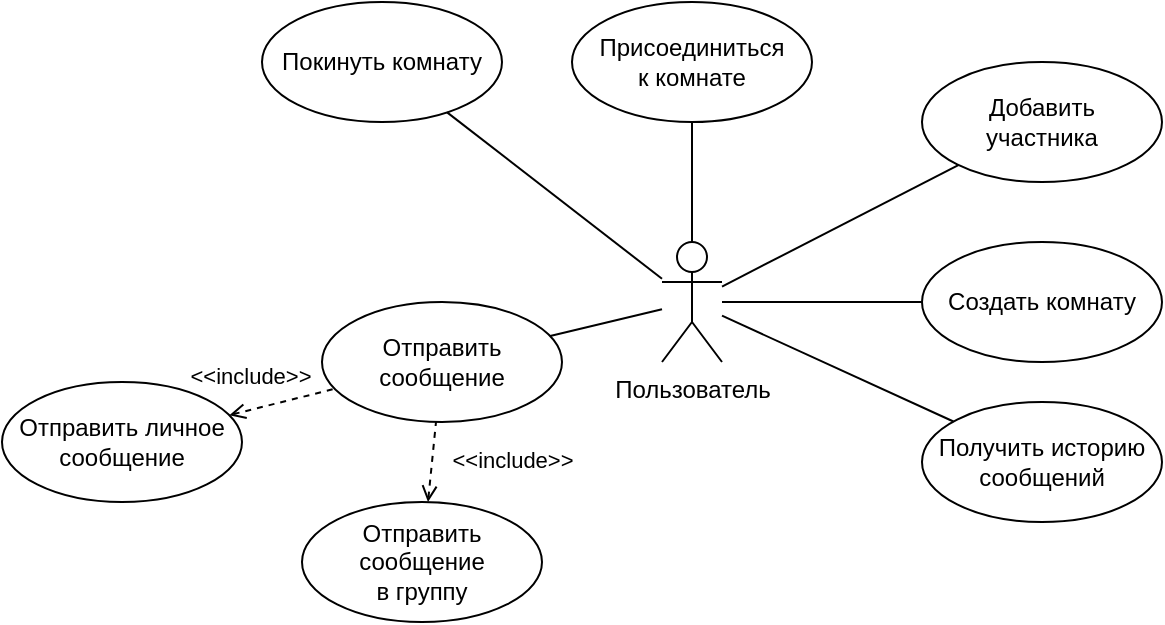
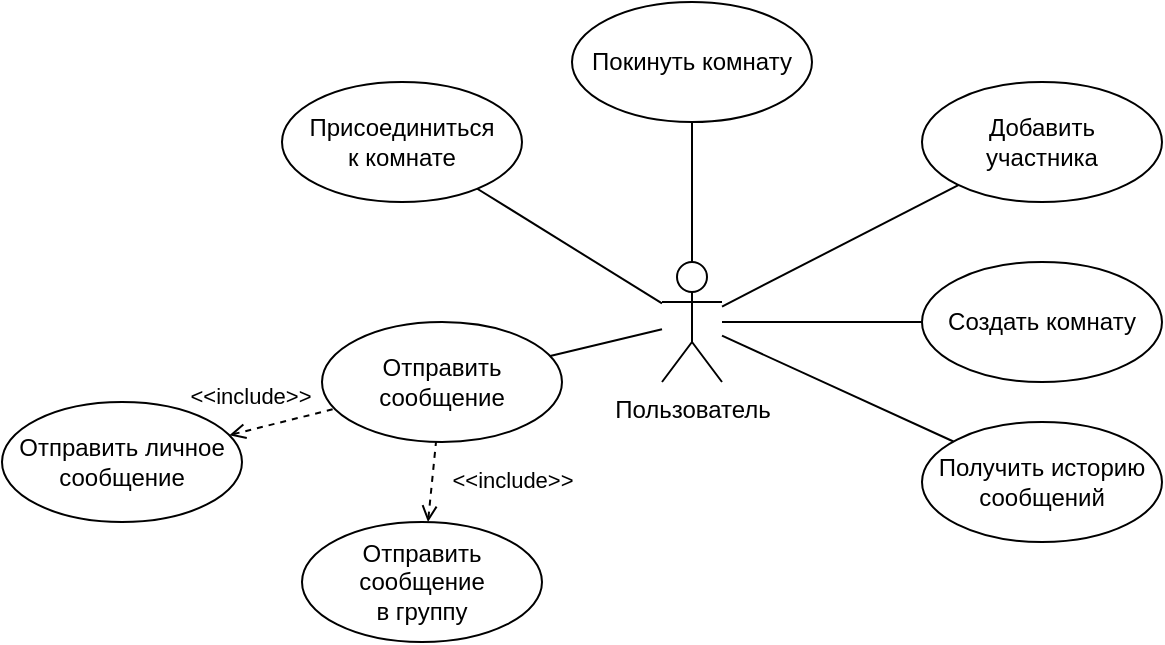
<mxfile host="app.diagrams.net">
  <diagram name="Страница-1" id="2Qnu2ySohuw-aVqPhbOu">
    <mxGraphModel dx="1025" dy="717" grid="1" gridSize="10" guides="1" tooltips="1" connect="1" arrows="1" fold="1" page="1" pageScale="1" pageWidth="827" pageHeight="1169" math="0" shadow="0">
      <root>
        <mxCell id="0" />
        <mxCell id="1" parent="0" />
        <mxCell id="dnepGlAc-zteVL8J6fsW-1" parent="1" style="shape=umlActor;verticalLabelPosition=bottom;verticalAlign=top;html=1;outlineConnect=0;" value="Пользователь" vertex="1">
          <mxGeometry height="60" width="30" x="360" y="180" as="geometry" />
        </mxCell>
        <mxCell id="WmDxRAO_hUI6_f6eKx6H-7" parent="1" style="ellipse;whiteSpace=wrap;html=1;" value="Создать комнату" vertex="1">
          <mxGeometry height="60" width="120" x="490" y="180" as="geometry" />
        </mxCell>
        <mxCell id="WmDxRAO_hUI6_f6eKx6H-8" parent="1" style="ellipse;whiteSpace=wrap;html=1;" value="Отправить сообщение" vertex="1">
          <mxGeometry height="60" width="120" x="190" y="210" as="geometry" />
        </mxCell>
        <mxCell id="WmDxRAO_hUI6_f6eKx6H-9" parent="1" style="ellipse;whiteSpace=wrap;html=1;" value="Получить историю сообщений" vertex="1">
          <mxGeometry height="60" width="120" x="490" y="260" as="geometry" />
        </mxCell>
        <mxCell id="WmDxRAO_hUI6_f6eKx6H-10" parent="1" style="ellipse;whiteSpace=wrap;html=1;" value="Присоединиться&lt;div&gt;к комнате&lt;/div&gt;" vertex="1">
-           <mxGeometry height="60" width="120" x="315" y="60" as="geometry" />
+           <mxGeometry height="60" width="120" x="170" y="90" as="geometry" />
        </mxCell>
        <mxCell id="WmDxRAO_hUI6_f6eKx6H-11" parent="1" style="ellipse;whiteSpace=wrap;html=1;" value="Покинуть комнату" vertex="1">
-           <mxGeometry height="60" width="120" x="160" y="60" as="geometry" />
+           <mxGeometry height="60" width="120" x="315" y="50" as="geometry" />
        </mxCell>
        <mxCell id="WmDxRAO_hUI6_f6eKx6H-12" edge="1" parent="1" source="dnepGlAc-zteVL8J6fsW-1" style="endArrow=none;html=1;rounded=0;" target="WmDxRAO_hUI6_f6eKx6H-18" value="">
          <mxGeometry height="50" relative="1" width="50" as="geometry">
            <mxPoint x="490" y="300" as="sourcePoint" />
            <mxPoint x="502.1995898384996" y="151.9163935918341" as="targetPoint" />
          </mxGeometry>
        </mxCell>
        <mxCell id="WmDxRAO_hUI6_f6eKx6H-13" edge="1" parent="1" source="dnepGlAc-zteVL8J6fsW-1" style="endArrow=none;html=1;rounded=0;" target="WmDxRAO_hUI6_f6eKx6H-9" value="">
          <mxGeometry height="50" relative="1" width="50" as="geometry">
            <mxPoint x="490" y="300" as="sourcePoint" />
            <mxPoint x="540" y="250" as="targetPoint" />
          </mxGeometry>
        </mxCell>
        <mxCell id="WmDxRAO_hUI6_f6eKx6H-14" edge="1" parent="1" source="dnepGlAc-zteVL8J6fsW-1" style="endArrow=none;html=1;rounded=0;" target="WmDxRAO_hUI6_f6eKx6H-11" value="">
          <mxGeometry height="50" relative="1" width="50" as="geometry">
            <mxPoint x="490" y="300" as="sourcePoint" />
            <mxPoint x="540" y="250" as="targetPoint" />
          </mxGeometry>
        </mxCell>
        <mxCell id="WmDxRAO_hUI6_f6eKx6H-15" edge="1" parent="1" source="dnepGlAc-zteVL8J6fsW-1" style="endArrow=none;html=1;rounded=0;" target="WmDxRAO_hUI6_f6eKx6H-8" value="">
          <mxGeometry height="50" relative="1" width="50" as="geometry">
            <mxPoint x="490" y="300" as="sourcePoint" />
            <mxPoint x="540" y="250" as="targetPoint" />
          </mxGeometry>
        </mxCell>
        <mxCell id="WmDxRAO_hUI6_f6eKx6H-16" edge="1" parent="1" source="dnepGlAc-zteVL8J6fsW-1" style="endArrow=none;html=1;rounded=0;" target="WmDxRAO_hUI6_f6eKx6H-10" value="">
          <mxGeometry height="50" relative="1" width="50" as="geometry">
            <mxPoint x="490" y="300" as="sourcePoint" />
            <mxPoint x="540" y="250" as="targetPoint" />
          </mxGeometry>
        </mxCell>
        <mxCell id="WmDxRAO_hUI6_f6eKx6H-17" edge="1" parent="1" source="dnepGlAc-zteVL8J6fsW-1" style="endArrow=none;html=1;rounded=0;" target="WmDxRAO_hUI6_f6eKx6H-7" value="">
          <mxGeometry height="50" relative="1" width="50" as="geometry">
            <mxPoint x="490" y="300" as="sourcePoint" />
            <mxPoint x="540" y="250" as="targetPoint" />
          </mxGeometry>
        </mxCell>
        <mxCell id="WmDxRAO_hUI6_f6eKx6H-18" parent="1" style="ellipse;whiteSpace=wrap;html=1;" value="Добавить&lt;div&gt;участника&lt;/div&gt;" vertex="1">
          <mxGeometry height="60" width="120" x="490" y="90" as="geometry" />
        </mxCell>
        <mxCell id="WmDxRAO_hUI6_f6eKx6H-19" parent="1" style="ellipse;whiteSpace=wrap;html=1;" value="Отправить личное сообщение" vertex="1">
          <mxGeometry height="60" width="120" x="30" y="250" as="geometry" />
        </mxCell>
        <mxCell id="WmDxRAO_hUI6_f6eKx6H-20" parent="1" style="ellipse;whiteSpace=wrap;html=1;" value="Отправить сообщение&lt;div&gt;в группу&lt;/div&gt;" vertex="1">
          <mxGeometry height="60" width="120" x="180" y="310" as="geometry" />
        </mxCell>
        <mxCell id="WmDxRAO_hUI6_f6eKx6H-21" edge="1" parent="1" source="WmDxRAO_hUI6_f6eKx6H-20" style="endArrow=none;html=1;rounded=0;dashed=1;startArrow=open;startFill=0;" target="WmDxRAO_hUI6_f6eKx6H-8" value="">
          <mxGeometry height="50" relative="1" width="50" as="geometry">
            <mxPoint x="290" y="200" as="sourcePoint" />
            <mxPoint x="340" y="150" as="targetPoint" />
          </mxGeometry>
        </mxCell>
        <mxCell id="WmDxRAO_hUI6_f6eKx6H-23" connectable="0" parent="WmDxRAO_hUI6_f6eKx6H-21" style="edgeLabel;html=1;align=center;verticalAlign=middle;resizable=0;points=[];" value="&amp;lt;&amp;lt;include&amp;gt;&amp;gt;" vertex="1">
          <mxGeometry relative="1" x="0.0632" as="geometry">
            <mxPoint x="40" as="offset" />
          </mxGeometry>
        </mxCell>
        <mxCell id="WmDxRAO_hUI6_f6eKx6H-22" edge="1" parent="1" source="WmDxRAO_hUI6_f6eKx6H-19" style="endArrow=none;html=1;rounded=0;dashed=1;startArrow=open;startFill=0;" target="WmDxRAO_hUI6_f6eKx6H-8" value="">
          <mxGeometry height="50" relative="1" width="50" as="geometry">
            <mxPoint x="290" y="200" as="sourcePoint" />
            <mxPoint x="340" y="150" as="targetPoint" />
          </mxGeometry>
        </mxCell>
        <mxCell id="WmDxRAO_hUI6_f6eKx6H-24" connectable="0" parent="WmDxRAO_hUI6_f6eKx6H-22" style="edgeLabel;html=1;align=center;verticalAlign=middle;resizable=0;points=[];" value="&lt;span&gt;&amp;lt;&amp;lt;include&amp;gt;&amp;gt;&lt;/span&gt;" vertex="1">
          <mxGeometry relative="1" x="0.067" y="2" as="geometry">
            <mxPoint x="-18" y="-11" as="offset" />
          </mxGeometry>
        </mxCell>
      </root>
    </mxGraphModel>
  </diagram>
</mxfile>
